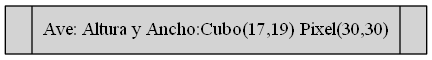
SelvinLP/EDD_2S2019_PY1_201701133 keeps this Graphviz diagram as Proyecto1_EDD_201701133/GraficaARBOL.png. Above is the earlier version. Its source is kept beside it as Proyecto1_EDD_201701133/GraficaARBOL.dot.
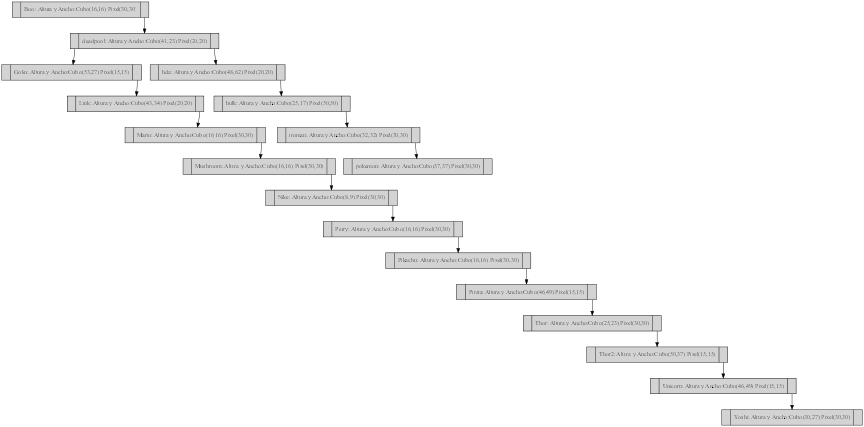
Above is the later version.

Change to the diagram source:
```diff
@@ -2,5 +2,39 @@
 size="9,9"
 rankdir=TB
 node[shape=record,style=filled]
-"Ave"[label ="<C0>|<C1>Ave: Altura y Ancho:Cubo(17,19) Pixel(30,30)|<C2>"];
+"Boo"[label ="<C0>|<C1>Boo: Altura y Ancho:Cubo(16,16) Pixel(30,30)|<C2>"];
+"deadpool"[label ="<C0>|<C1>deadpool: Altura y Ancho:Cubo(41,23) Pixel(20,20)|<C2>"];
+"Goku"[label ="<C0>|<C1>Goku: Altura y Ancho:Cubo(53,27) Pixel(15,15)|<C2>"];
+"Link"[label ="<C0>|<C1>Link: Altura y Ancho:Cubo(43,34) Pixel(20,20)|<C2>"];
+"Mario"[label ="<C0>|<C1>Mario: Altura y Ancho:Cubo(16,16) Pixel(30,30)|<C2>"];
+"Mushroom"[label ="<C0>|<C1>Mushroom: Altura y Ancho:Cubo(16,16) Pixel(30,30)|<C2>"];
+"Nike"[label ="<C0>|<C1>Nike: Altura y Ancho:Cubo(8,9) Pixel(30,30)|<C2>"];
+"Perry"[label ="<C0>|<C1>Perry: Altura y Ancho:Cubo(16,16) Pixel(30,30)|<C2>"];
+"Pikachu"[label ="<C0>|<C1>Pikachu: Altura y Ancho:Cubo(16,16) Pixel(30,30)|<C2>"];
+"Pirata"[label ="<C0>|<C1>Pirata: Altura y Ancho:Cubo(46,49) Pixel(15,15)|<C2>"];
+"Thor"[label ="<C0>|<C1>Thor: Altura y Ancho:Cubo(25,23) Pixel(30,30)|<C2>"];
+"Thor2"[label ="<C0>|<C1>Thor2: Altura y Ancho:Cubo(50,37) Pixel(15,15)|<C2>"];
+"Unicorn"[label ="<C0>|<C1>Unicorn: Altura y Ancho:Cubo(46,49) Pixel(15,15)|<C2>"];
+"Yoshi"[label ="<C0>|<C1>Yoshi: Altura y Ancho:Cubo(30,27) Pixel(30,30)|<C2>"];
+"Unicorn":C2->"Yoshi";
+"Thor2":C2->"Unicorn";
+"Thor":C2->"Thor2";
+"Pirata":C2->"Thor";
+"Pikachu":C2->"Pirata";
+"Perry":C2->"Pikachu";
+"Nike":C2->"Perry";
+"Mushroom":C2->"Nike";
+"Mario":C2->"Mushroom";
+"Link":C2->"Mario";
+"Goku":C2->"Link";
+"deadpool":C0->"Goku";
+"hda"[label ="<C0>|<C1>hda: Altura y Ancho:Cubo(48,62) Pixel(20,20)|<C2>"];
+"hulk"[label ="<C0>|<C1>hulk: Altura y Ancho:Cubo(25,17) Pixel(50,50)|<C2>"];
+"iroman"[label ="<C0>|<C1>iroman: Altura y Ancho:Cubo(32,32) Pixel(30,30)|<C2>"];
+"pokemon"[label ="<C0>|<C1>pokemon: Altura y Ancho:Cubo(37,37) Pixel(30,30)|<C2>"];
+"iroman":C2->"pokemon";
+"hulk":C2->"iroman";
+"hda":C2->"hulk";
+"deadpool":C2->"hda";
+"Boo":C2->"deadpool";
 }
```
